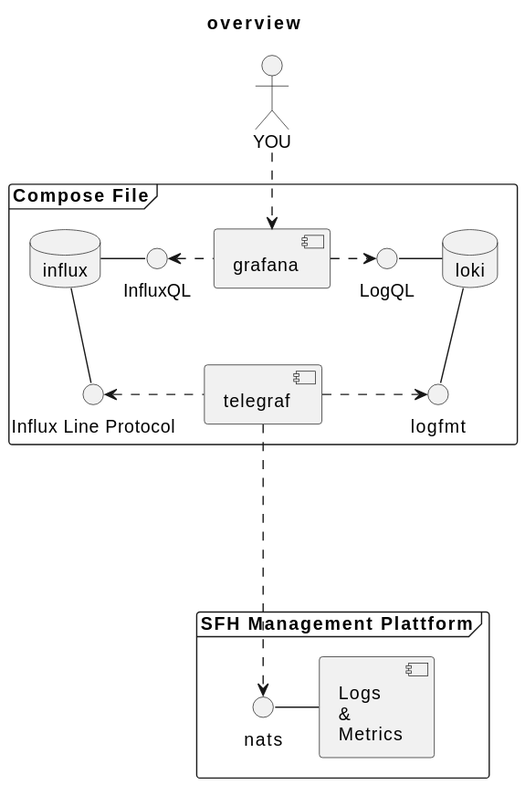
Smart-Factory-Host/logs-and-metrics-example keeps this PlantUML diagram as images/overview.svg. Above is the earlier version.
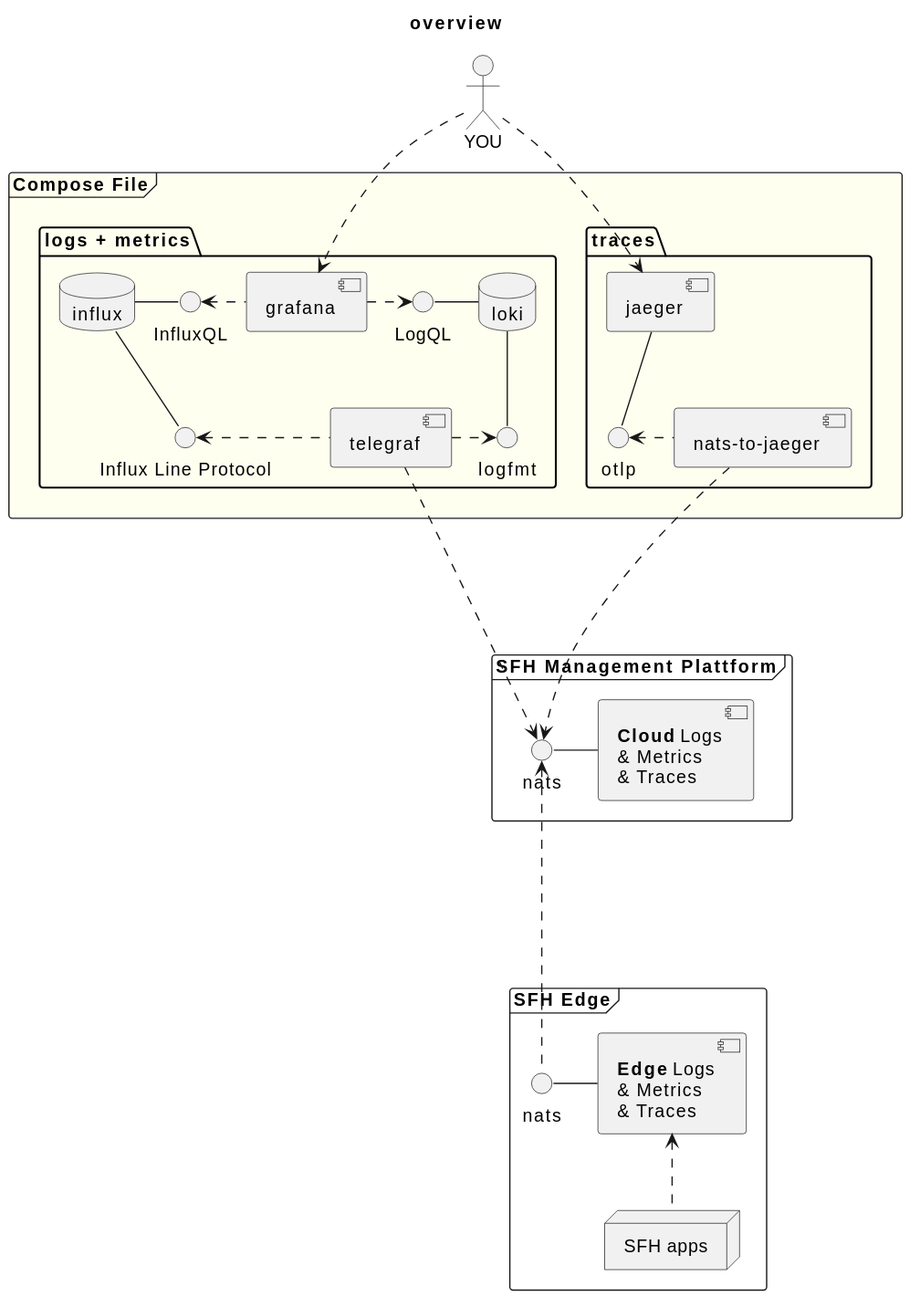
The same file after the commit.

Commit message:
added OTLP traces example

Change to the diagram source:
```diff
@@ -1,35 +1,58 @@
 @startuml
 title "overview"
 
-frame "SFH Management Plattform" {
-    component "Logs\n&\nMetrics" as nats
-    interface "nats" as mpnats
-    nats -l- mpnats
+frame "SFH Edge" {
+    component "**Edge** Logs\n& Metrics\n& Traces" as edgelmt
+    interface "nats" as edgenats
+    edgelmt -l- edgenats
+
+    node "SFH apps" as apps
+    edgelmt <.. apps
 }
 
-frame "Compose File" {
-    component "telegraf" as telegraf
-    telegraf ....> mpnats
+frame "SFH Management Plattform" {
+    component "**Cloud** Logs\n& Metrics\n& Traces" as lmt
+    interface "nats" as mpnats
+    lmt -l- mpnats
+}
+mpnats <.... edgenats
 
-    database loki
-    interface logfmt as logfmt
-    loki -- logfmt
-    telegraf .> logfmt
-    interface "LogQL" as logql
-    logql - loki
+frame "Compose File" #Ivory  {
+    package "logs + metrics" {
+        component "telegraf" as telegraf
+        telegraf ....> mpnats
 
-    database influx as oinflux
-    interface "Influx Line Protocol" as ilp
-    oinflux -- ilp
-    ilp <. telegraf
-    interface "InfluxQL" as iql
-    oinflux - iql
+        database loki
+        interface logfmt as logfmt
+        loki -- logfmt
+        telegraf .> logfmt
+        interface "LogQL" as logql
+        logql - loki
 
-    component grafana
-    iql <. grafana
-    grafana .> logql
+        database influx as oinflux
+        interface "Influx Line Protocol" as ilp
+        oinflux -- ilp
+        ilp <. telegraf
+        interface "InfluxQL" as iql
+        oinflux - iql
+
+        component grafana
+        iql <. grafana
+        grafana .> logql
+    }
+
+    package traces {
+        component "nats-to-jaeger" as ntj
+        ntj ....> mpnats
+
+        component jaeger
+        interface "otlp" as itraces
+        jaeger -- itraces
+        itraces <. ntj
+    }
 }
 
 actor "YOU" as user
-user ..>grafana
+user ..> grafana
+user ..> jaeger
 @enduml
```
